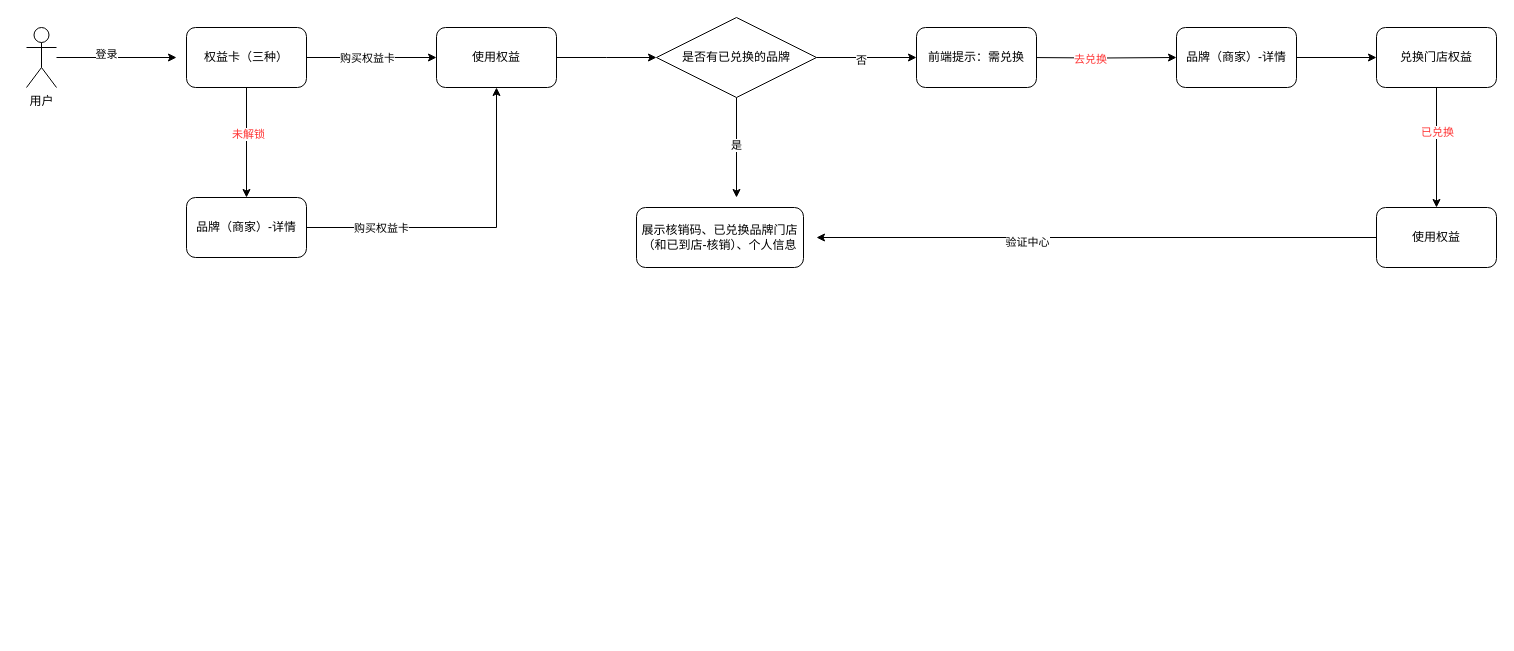
Above: 婚奢汇业务流程图/装修权益.drawio in YYB1024/myRemoteRepo (draw.io), before the change. Source tidied: cells renumbered, new cells numbered last; positions are measured from the earlier drawing's top-left corner, leaving out a move shared by most shapes. Both pictures are drawn from the tidied source at 100%, with x=0, y=0 at pixel (26, 17).
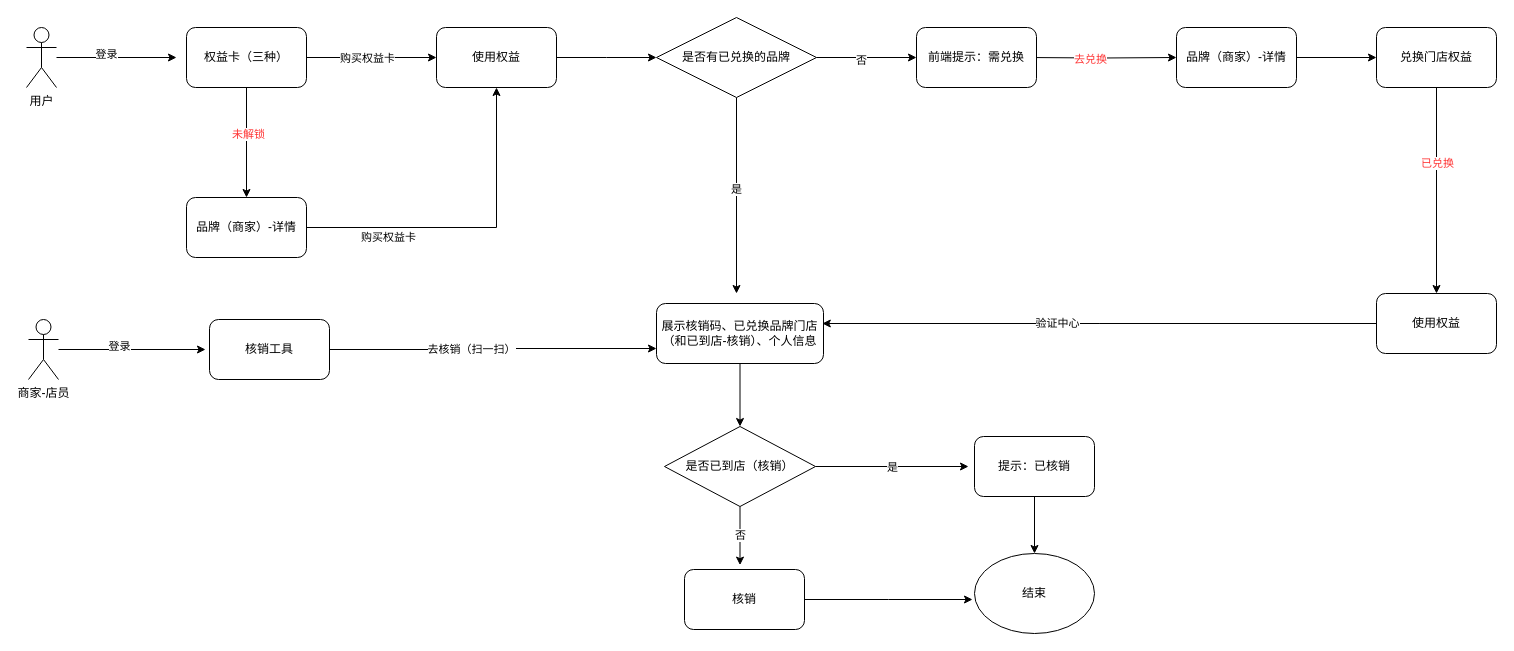
Above is the later version.

Commit message:
更新装修权益.drawio

Unchanged cells that the change refers to:
```xml
<mxCell id="14" style="edgeStyle=orthogonalEdgeStyle;rounded=0;jettySize=auto;html=1;entryX=0.5;entryY=1;entryDx=0;entryDy=0;" parent="1" edge="1" source="16" target="13">
  <mxGeometry relative="1" as="geometry" />
</mxCell>
<mxCell id="29" value="是否有已兑换的品牌" style="rhombus;whiteSpace=wrap;html=1;" parent="1" vertex="1">
  <mxGeometry x="630" width="160" height="80" as="geometry" />
</mxCell>
```

What changed in the source:
```diff
@@
     <mxCell id="15" value="购买权益卡" style="edgeLabel;html=1;align=center;verticalAlign=middle;" parent="14" vertex="1">
-      <mxGeometry x="-0.55" relative="1" as="geometry" />
+      <mxGeometry x="-0.55" relative="1" as="geometry">
+        <mxPoint x="7" y="9" as="offset" />
+      </mxGeometry>
     </mxCell>
@@
-    <mxCell id="22" style="edgeStyle=orthogonalEdgeStyle;rounded=0;jettySize=auto;html=1;" parent="1" edge="1" source="24">
-      <mxGeometry relative="1" as="geometry">
-        <mxPoint x="790" y="220" as="targetPoint" />
-      </mxGeometry>
-    </mxCell>
+    <mxCell id="32" style="edgeStyle=orthogonalEdgeStyle;rounded=0;jettySize=auto;html=1;fontColor=#000000;" parent="1" edge="1" source="24">
+      <mxGeometry relative="1" as="geometry">
+        <mxPoint x="795.8" y="306" as="targetPoint" />
+      </mxGeometry>
+    </mxCell>
-    <mxCell id="23" value="验证中心" style="edgeLabel;html=1;align=center;verticalAlign=middle;" parent="22" vertex="1">
-      <mxGeometry x="0.25" y="4" relative="1" as="geometry" />
+    <mxCell id="23" value="验证中心" style="edgeLabel;html=1;align=center;verticalAlign=middle;fontColor=#000000;" parent="32" vertex="1">
+      <mxGeometry x="0.15" y="-1" relative="1" as="geometry">
+        <mxPoint x="-1" as="offset" />
+      </mxGeometry>
     </mxCell>
     <mxCell id="24" value="使用权益" style="whiteSpace=wrap;html=1;rounded=1;" parent="1" vertex="1">
-      <mxGeometry x="1350" y="190" width="120" height="60" as="geometry" />
+      <mxGeometry x="1350" y="276" width="120" height="60" as="geometry" />
     </mxCell>
     <mxCell id="25" style="edgeStyle=orthogonalEdgeStyle;rounded=0;jettySize=auto;html=1;" parent="1" edge="1" source="29">
       <mxGeometry relative="1" as="geometry">
-        <mxPoint x="710" y="180" as="targetPoint" />
+        <mxPoint x="710" y="276" as="targetPoint" />
       </mxGeometry>
     </mxCell>
@@
+    <mxCell id="33" style="edgeStyle=orthogonalEdgeStyle;rounded=0;jettySize=auto;html=1;fontColor=#000000;" parent="1" edge="1" source="31" target="42">
+      <mxGeometry relative="1" as="geometry" />
+    </mxCell>
     <mxCell id="31" value="展示核销码、已兑换品牌门店（和已到店-核销）、个人信息" style="rounded=1;whiteSpace=wrap;html=1;" parent="1" vertex="1">
-      <mxGeometry x="610" y="190" width="167" height="60" as="geometry" />
+      <mxGeometry x="630" y="286" width="167" height="60" as="geometry" />
     </mxCell>
+    <mxCell id="34" style="edgeStyle=orthogonalEdgeStyle;rounded=0;jettySize=auto;html=1;fontColor=#000000;" parent="1" edge="1" source="36">
+      <mxGeometry relative="1" as="geometry">
+        <mxPoint x="179" y="332" as="targetPoint" />
+      </mxGeometry>
+    </mxCell>
+    <mxCell id="35" value="登录" style="edgeLabel;html=1;align=center;verticalAlign=middle;fontColor=#000000;" parent="34" vertex="1">
+      <mxGeometry x="-0.17" y="4" relative="1" as="geometry">
+        <mxPoint x="-1" as="offset" />
+      </mxGeometry>
+    </mxCell>
+    <mxCell id="36" value="商家-店员" style="shape=umlActor;verticalLabelPosition=bottom;verticalAlign=top;html=1;outlineConnect=0;fontColor=#000000;" parent="1" vertex="1">
+      <mxGeometry x="2" y="302" width="30" height="60" as="geometry" />
+    </mxCell>
+    <mxCell id="37" style="edgeStyle=orthogonalEdgeStyle;rounded=0;jettySize=auto;html=1;entryX=0;entryY=0.75;entryDx=0;entryDy=0;fontColor=#000000;" parent="1" edge="1" source="39" target="31">
+      <mxGeometry relative="1" as="geometry" />
+    </mxCell>
+    <mxCell id="38" value="去核销（扫一扫）" style="edgeLabel;html=1;align=center;verticalAlign=middle;fontColor=#000000;" parent="37" vertex="1">
+      <mxGeometry x="-0.14" y="1" relative="1" as="geometry" />
+    </mxCell>
+    <mxCell id="39" value="核销工具" style="rounded=1;whiteSpace=wrap;html=1;fontColor=#000000;" parent="1" vertex="1">
+      <mxGeometry x="183" y="302" width="120" height="60" as="geometry" />
+    </mxCell>
+    <mxCell id="40" value="是" style="edgeStyle=orthogonalEdgeStyle;rounded=0;jettySize=auto;html=1;fontColor=#000000;" parent="1" edge="1" source="42">
+      <mxGeometry relative="1" as="geometry">
+        <mxPoint x="942" y="449" as="targetPoint" />
+      </mxGeometry>
+    </mxCell>
+    <mxCell id="41" value="否" style="edgeStyle=orthogonalEdgeStyle;rounded=0;jettySize=auto;html=1;fontColor=#000000;" parent="1" edge="1" source="42">
+      <mxGeometry relative="1" as="geometry">
+        <mxPoint x="713.5" y="547.6" as="targetPoint" />
+      </mxGeometry>
+    </mxCell>
+    <mxCell id="42" value="是否已到店（核销）" style="rhombus;whiteSpace=wrap;html=1;fontColor=#000000;" parent="1" vertex="1">
+      <mxGeometry x="638" y="409" width="151" height="80" as="geometry" />
+    </mxCell>
+    <mxCell id="43" style="edgeStyle=orthogonalEdgeStyle;rounded=0;jettySize=auto;html=1;fontColor=#000000;" parent="1" edge="1" source="44" target="47">
+      <mxGeometry relative="1" as="geometry" />
+    </mxCell>
+    <mxCell id="44" value="提示：已核销" style="rounded=1;whiteSpace=wrap;html=1;fontColor=#000000;" parent="1" vertex="1">
+      <mxGeometry x="948" y="419" width="120" height="60" as="geometry" />
+    </mxCell>
+    <mxCell id="45" style="edgeStyle=orthogonalEdgeStyle;rounded=0;jettySize=auto;html=1;fontColor=#000000;" parent="1" edge="1" source="46">
+      <mxGeometry relative="1" as="geometry">
+        <mxPoint x="946" y="582" as="targetPoint" />
+      </mxGeometry>
+    </mxCell>
+    <mxCell id="46" value="核销" style="rounded=1;whiteSpace=wrap;html=1;fontColor=#000000;" parent="1" vertex="1">
+      <mxGeometry x="658" y="552" width="120" height="60" as="geometry" />
+    </mxCell>
+    <mxCell id="47" value="结束" style="ellipse;whiteSpace=wrap;html=1;fontColor=#000000;" parent="1" vertex="1">
+      <mxGeometry x="948" y="536" width="120" height="80" as="geometry" />
+    </mxCell>
```
